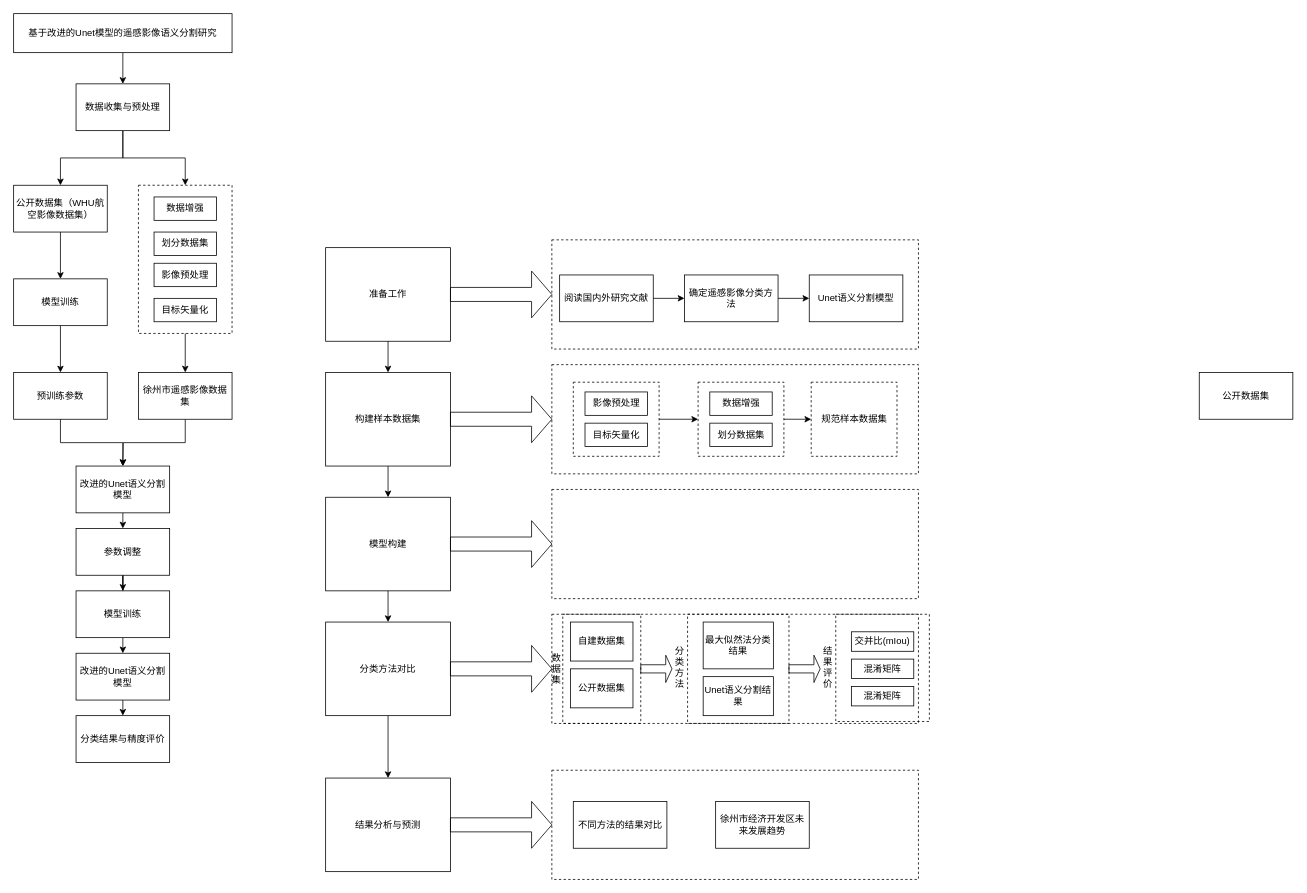
postgraduate1/Unet keeps this draw.io diagram as 流程图.drawio. Above is the earlier version. Source tidied: cells renumbered, new cells numbered last; positions are measured from the earlier drawing's top-left corner, leaving out a move shared by most shapes. Both pictures are drawn from the tidied source at 78%, with x=0, y=0 at pixel (13, 13).
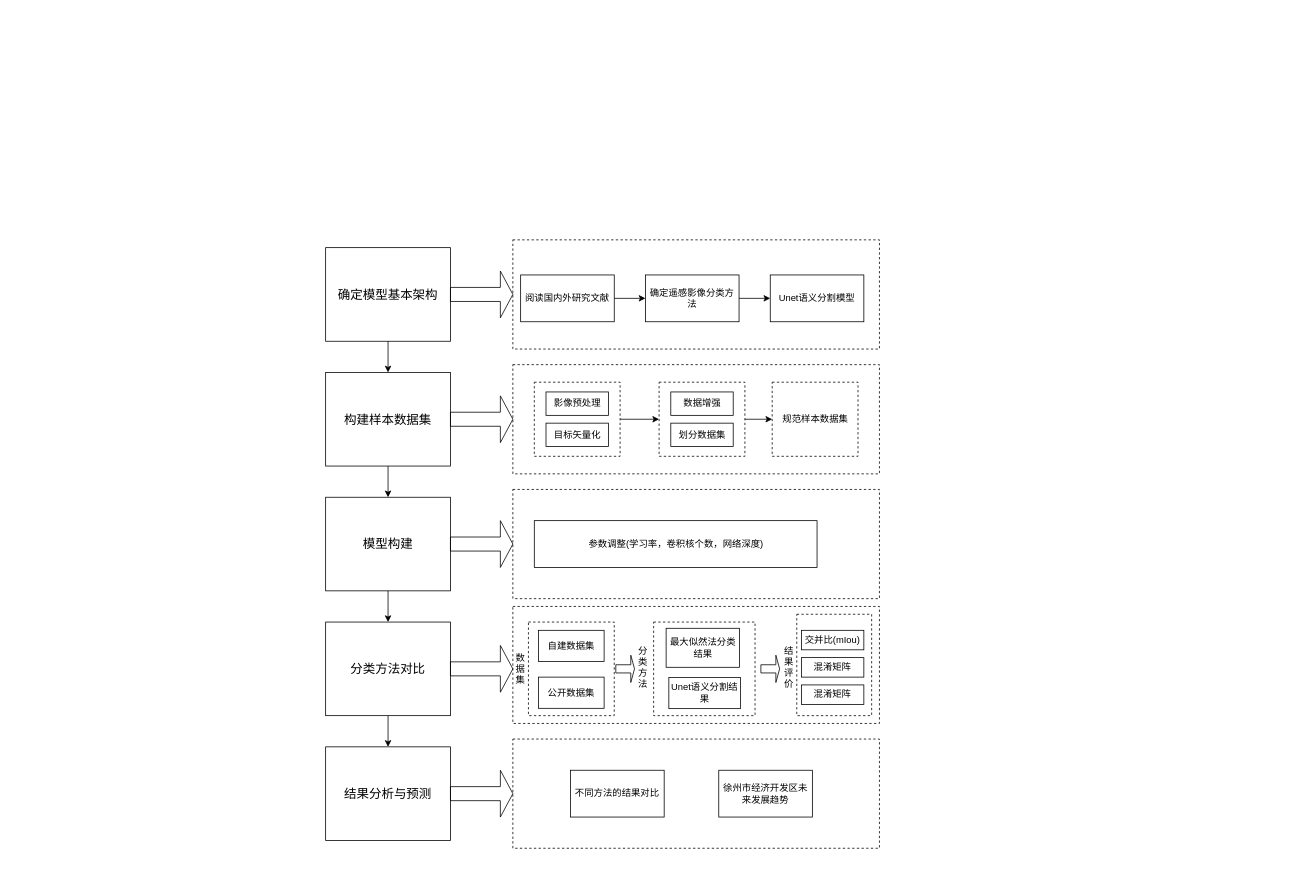
The same page after the edit.

Commit message:
更新流程图.drawio

What changed in the source:
```diff
@@
+    <mxCell id="65" style="rounded=0;whiteSpace=wrap;html=1;dashed=1;fillColor=none;" parent="1" vertex="1">
+      <mxGeometry x="640" y="760" width="470" height="150" as="geometry" />
+    </mxCell>
+    <mxCell id="81" style="rounded=0;whiteSpace=wrap;html=1;dashed=1;fillColor=none;" parent="1" vertex="1">
+      <mxGeometry x="820.5" y="780" width="130" height="120" as="geometry" />
+    </mxCell>
     <mxCell id="2" style="rounded=0;whiteSpace=wrap;html=1;dashed=1;fillColor=none;" parent="1" vertex="1">
-      <mxGeometry x="864" y="770" width="130" height="140" as="geometry" />
+      <mxGeometry x="1004" y="770" width="96" height="130" as="geometry" />
     </mxCell>
     <mxCell id="3" style="rounded=0;whiteSpace=wrap;html=1;fillColor=none;dashed=1;" parent="1" vertex="1">
-      <mxGeometry x="704" y="770" width="100" height="140" as="geometry" />
+      <mxGeometry x="660" y="780" width="110" height="120" as="geometry" />
     </mxCell>
     <mxCell id="4" style="rounded=0;whiteSpace=wrap;html=1;dashed=1;fillColor=none;" parent="1" vertex="1">
-      <mxGeometry x="690" y="290" width="470" height="140" as="geometry" />
+      <mxGeometry x="640" y="290" width="470" height="140" as="geometry" />
     </mxCell>
     <mxCell id="5" style="rounded=0;whiteSpace=wrap;html=1;dashed=1;fillColor=none;" parent="1" vertex="1">
-      <mxGeometry x="690" y="450" width="470" height="140" as="geometry" />
+      <mxGeometry x="640" y="450" width="470" height="140" as="geometry" />
     </mxCell>
     <mxCell id="6" style="rounded=0;whiteSpace=wrap;html=1;dashed=1;fillColor=none;" parent="1" vertex="1">
-      <mxGeometry x="690" y="610" width="470" height="140" as="geometry" />
+      <mxGeometry x="640" y="610" width="470" height="140" as="geometry" />
     </mxCell>
-    <mxCell id="7" style="edgeStyle=orthogonalEdgeStyle;rounded=0;jettySize=auto;html=1;exitX=0.5;exitY=1;exitDx=0;exitDy=0;entryX=0.5;entryY=0;entryDx=0;entryDy=0;" parent="1" edge="1" source="8" target="17">
-      <mxGeometry relative="1" as="geometry" />
-    </mxCell>
-    <mxCell id="8" style="whiteSpace=wrap;html=1;rounded=0;fillColor=none;dashed=1;" parent="1" vertex="1">
-      <mxGeometry x="160" y="220" width="120" height="190" as="geometry" />
-    </mxCell>
-    <mxCell id="9" style="edgeStyle=orthogonalEdgeStyle;rounded=0;jettySize=auto;html=1;exitX=0.5;exitY=1;exitDx=0;exitDy=0;entryX=0.5;entryY=0;entryDx=0;entryDy=0;" parent="1" edge="1" source="10" target="13">
-      <mxGeometry relative="1" as="geometry" />
-    </mxCell>
-    <mxCell id="10" value="基于改进的Unet模型的遥感影像语义分割研究" style="rounded=0;whiteSpace=wrap;html=1;" parent="1" vertex="1">
-      <mxGeometry width="280" height="50" as="geometry" />
-    </mxCell>
-    <mxCell id="11" style="edgeStyle=orthogonalEdgeStyle;rounded=0;jettySize=auto;html=1;exitX=0.5;exitY=1;exitDx=0;exitDy=0;entryX=0.5;entryY=0;entryDx=0;entryDy=0;" parent="1" edge="1" source="13" target="15">
-      <mxGeometry relative="1" as="geometry" />
-    </mxCell>
-    <mxCell id="12" style="edgeStyle=orthogonalEdgeStyle;rounded=0;jettySize=auto;html=1;" parent="1" edge="1" source="13" target="8">
-      <mxGeometry relative="1" as="geometry" />
-    </mxCell>
-    <mxCell id="13" value="数据收集与预处理" style="rounded=0;whiteSpace=wrap;html=1;" parent="1" vertex="1">
-      <mxGeometry x="80" y="90" width="120" height="60" as="geometry" />
-    </mxCell>
-    <mxCell id="14" style="edgeStyle=orthogonalEdgeStyle;rounded=0;jettySize=auto;html=1;exitX=0.5;exitY=1;exitDx=0;exitDy=0;" parent="1" edge="1" source="15" target="27">
-      <mxGeometry relative="1" as="geometry" />
-    </mxCell>
-    <mxCell id="15" value="公开数据集（WHU航空影像数据集）" style="rounded=0;whiteSpace=wrap;html=1;" parent="1" vertex="1">
-      <mxGeometry y="220" width="120" height="60" as="geometry" />
-    </mxCell>
-    <mxCell id="16" style="edgeStyle=orthogonalEdgeStyle;rounded=0;jettySize=auto;html=1;exitX=0.5;exitY=1;exitDx=0;exitDy=0;" parent="1" edge="1" source="17">
-      <mxGeometry relative="1" as="geometry">
-        <mxPoint x="140" y="580" as="targetPoint" />
-      </mxGeometry>
-    </mxCell>
-    <mxCell id="17" value="徐州市遥感影像数据集" style="rounded=0;whiteSpace=wrap;html=1;" parent="1" vertex="1">
-      <mxGeometry x="160" y="460" width="120" height="60" as="geometry" />
-    </mxCell>
-    <mxCell id="18" style="edgeStyle=orthogonalEdgeStyle;rounded=0;jettySize=auto;html=1;exitX=0.5;exitY=1;exitDx=0;exitDy=0;entryX=0.5;entryY=0;entryDx=0;entryDy=0;" parent="1" edge="1" source="19" target="25">
-      <mxGeometry relative="1" as="geometry" />
-    </mxCell>
-    <mxCell id="19" value="改进的Unet语义分割模型" style="rounded=0;whiteSpace=wrap;html=1;" parent="1" vertex="1">
-      <mxGeometry x="80" y="820" width="120" height="60" as="geometry" />
-    </mxCell>
-    <mxCell id="20" style="edgeStyle=orthogonalEdgeStyle;rounded=0;jettySize=auto;html=1;exitX=0.5;exitY=1;exitDx=0;exitDy=0;" parent="1" edge="1" source="21" target="23">
-      <mxGeometry relative="1" as="geometry" />
-    </mxCell>
-    <mxCell id="21" value="参数调整" style="rounded=0;whiteSpace=wrap;html=1;" parent="1" vertex="1">
-      <mxGeometry x="80" y="660" width="120" height="60" as="geometry" />
-    </mxCell>
-    <mxCell id="22" style="edgeStyle=orthogonalEdgeStyle;rounded=0;jettySize=auto;html=1;exitX=0.5;exitY=1;exitDx=0;exitDy=0;entryX=0.5;entryY=0;entryDx=0;entryDy=0;" parent="1" edge="1" source="23" target="19">
-      <mxGeometry relative="1" as="geometry" />
-    </mxCell>
-    <mxCell id="23" value="模型训练" style="rounded=0;whiteSpace=wrap;html=1;" parent="1" vertex="1">
-      <mxGeometry x="80" y="740" width="120" height="60" as="geometry" />
-    </mxCell>
-    <mxCell id="24" value="数据增强" style="rounded=0;whiteSpace=wrap;html=1;" parent="1" vertex="1">
-      <mxGeometry x="180" y="235" width="80" height="30" as="geometry" />
-    </mxCell>
-    <mxCell id="25" value="分类结果与精度评价" style="whiteSpace=wrap;html=1;rounded=0;" parent="1" vertex="1">
-      <mxGeometry x="80" y="900" width="120" height="60" as="geometry" />
-    </mxCell>
-    <mxCell id="26" style="edgeStyle=orthogonalEdgeStyle;rounded=0;jettySize=auto;html=1;" parent="1" edge="1" source="27" target="30">
-      <mxGeometry relative="1" as="geometry" />
-    </mxCell>
-    <mxCell id="27" value="模型训练" style="rounded=0;whiteSpace=wrap;html=1;fillColor=none;" parent="1" vertex="1">
-      <mxGeometry y="340" width="120" height="60" as="geometry" />
-    </mxCell>
-    <mxCell id="28" value="&lt;div&gt;目标矢量化&lt;/div&gt;" style="whiteSpace=wrap;html=1;rounded=0;" parent="1" vertex="1">
-      <mxGeometry x="180" y="365" width="80" height="30" as="geometry" />
-    </mxCell>
-    <mxCell id="29" style="edgeStyle=orthogonalEdgeStyle;rounded=0;jettySize=auto;html=1;exitX=0.5;exitY=1;exitDx=0;exitDy=0;entryX=0.5;entryY=0;entryDx=0;entryDy=0;" parent="1" edge="1" source="30" target="34">
-      <mxGeometry relative="1" as="geometry" />
-    </mxCell>
-    <mxCell id="30" value="预训练参数" style="whiteSpace=wrap;html=1;fillColor=none;rounded=0;" parent="1" vertex="1">
-      <mxGeometry y="460" width="120" height="60" as="geometry" />
-    </mxCell>
-    <mxCell id="31" value="&lt;br&gt;&lt;div&gt;划分数据集&lt;br&gt;&lt;br&gt;&lt;/div&gt;" style="whiteSpace=wrap;html=1;rounded=0;" parent="1" vertex="1">
-      <mxGeometry x="180" y="280" width="80" height="30" as="geometry" />
-    </mxCell>
-    <mxCell id="32" value="影像预处理" style="whiteSpace=wrap;html=1;rounded=0;" parent="1" vertex="1">
-      <mxGeometry x="180" y="320" width="80" height="30" as="geometry" />
-    </mxCell>
-    <mxCell id="33" style="edgeStyle=orthogonalEdgeStyle;rounded=0;jettySize=auto;html=1;exitX=0.5;exitY=1;exitDx=0;exitDy=0;entryX=0.5;entryY=0;entryDx=0;entryDy=0;" parent="1" edge="1" source="34" target="21">
-      <mxGeometry relative="1" as="geometry" />
-    </mxCell>
-    <mxCell id="34" value="改进的Unet语义分割模型" style="rounded=0;whiteSpace=wrap;html=1;" parent="1" vertex="1">
-      <mxGeometry x="80" y="580" width="120" height="60" as="geometry" />
-    </mxCell>
@@
-    <mxCell id="36" value="准备工作" style="rounded=0;whiteSpace=wrap;html=1;fillColor=none;" parent="1" vertex="1">
+    <mxCell id="36" value="&lt;font style=&quot;font-size: 16px;&quot;&gt;确定模型基本架构&lt;/font&gt;" style="rounded=0;whiteSpace=wrap;html=1;fillColor=none;" parent="1" vertex="1">
       <mxGeometry x="400" y="300" width="160" height="120" as="geometry" />
     </mxCell>
@@
-    <mxCell id="38" value="构建样本数据集" style="rounded=0;whiteSpace=wrap;html=1;fillColor=none;" parent="1" vertex="1">
+    <mxCell id="38" value="&lt;font style=&quot;font-size: 16px;&quot;&gt;构建样本数据集&lt;/font&gt;" style="rounded=0;whiteSpace=wrap;html=1;fillColor=none;" parent="1" vertex="1">
       <mxGeometry x="400" y="460" width="160" height="120" as="geometry" />
     </mxCell>
@@
-    <mxCell id="40" value="模型构建" style="rounded=0;whiteSpace=wrap;html=1;fillColor=none;" parent="1" vertex="1">
+    <mxCell id="40" value="&lt;font style=&quot;font-size: 16px;&quot;&gt;模型构建&lt;/font&gt;" style="rounded=0;whiteSpace=wrap;html=1;fillColor=none;" parent="1" vertex="1">
       <mxGeometry x="400" y="620" width="160" height="120" as="geometry" />
     </mxCell>
     <mxCell id="41" style="shape=singleArrow;whiteSpace=wrap;html=1;fillColor=none;" parent="1" vertex="1">
-      <mxGeometry x="560" y="330" width="130" height="60" as="geometry" />
+      <mxGeometry x="560" y="330" width="80" height="60" as="geometry" />
     </mxCell>
     <mxCell id="42" style="shape=singleArrow;whiteSpace=wrap;html=1;fillColor=none;" parent="1" vertex="1">
-      <mxGeometry x="560" y="490" width="130" height="60" as="geometry" />
+      <mxGeometry x="560" y="490" width="80" height="60" as="geometry" />
     </mxCell>
     <mxCell id="43" style="shape=singleArrow;whiteSpace=wrap;html=1;fillColor=none;" parent="1" vertex="1">
-      <mxGeometry x="560" y="650" width="130" height="60" as="geometry" />
+      <mxGeometry x="560" y="650" width="80" height="60" as="geometry" />
     </mxCell>
@@
-    <mxCell id="45" value="分类方法对比" style="whiteSpace=wrap;html=1;fillColor=none;rounded=0;" parent="1" vertex="1">
+    <mxCell id="45" value="&lt;font style=&quot;font-size: 16px;&quot;&gt;分类方法对比&lt;/font&gt;" style="whiteSpace=wrap;html=1;fillColor=none;rounded=0;" parent="1" vertex="1">
       <mxGeometry x="400" y="780" width="160" height="120" as="geometry" />
     </mxCell>
@@
     <mxCell id="47" value="阅读国内外研究文献" style="rounded=0;whiteSpace=wrap;html=1;fillColor=none;" parent="1" vertex="1">
-      <mxGeometry x="700" y="335" width="120" height="60" as="geometry" />
+      <mxGeometry x="650" y="335" width="120" height="60" as="geometry" />
     </mxCell>
@@
     <mxCell id="49" value="确定遥感影像分类方法" style="whiteSpace=wrap;html=1;fillColor=none;rounded=0;" parent="1" vertex="1">
-      <mxGeometry x="860" y="335" width="120" height="60" as="geometry" />
+      <mxGeometry x="810" y="335" width="120" height="60" as="geometry" />
     </mxCell>
     <mxCell id="50" value="Unet语义分割模型" style="whiteSpace=wrap;html=1;fillColor=none;rounded=0;" parent="1" vertex="1">
-      <mxGeometry x="1020" y="335" width="120" height="60" as="geometry" />
+      <mxGeometry x="970" y="335" width="120" height="60" as="geometry" />
     </mxCell>
     <mxCell id="51" value="数据增强" style="rounded=0;whiteSpace=wrap;html=1;" parent="1" vertex="1">
-      <mxGeometry x="892.5" y="485" width="80" height="30" as="geometry" />
+      <mxGeometry x="842.5" y="485" width="80" height="30" as="geometry" />
     </mxCell>
     <mxCell id="52" value="&lt;br&gt;&lt;div&gt;划分数据集&lt;br&gt;&lt;br&gt;&lt;/div&gt;" style="whiteSpace=wrap;html=1;rounded=0;" parent="1" vertex="1">
-      <mxGeometry x="892.5" y="525" width="80" height="30" as="geometry" />
+      <mxGeometry x="842.5" y="525" width="80" height="30" as="geometry" />
     </mxCell>
     <mxCell id="53" value="影像预处理" style="whiteSpace=wrap;html=1;rounded=0;" parent="1" vertex="1">
-      <mxGeometry x="732.5" y="485" width="80" height="30" as="geometry" />
+      <mxGeometry x="682.5" y="485" width="80" height="30" as="geometry" />
     </mxCell>
     <mxCell id="54" value="&lt;div&gt;目标矢量化&lt;/div&gt;" style="whiteSpace=wrap;html=1;rounded=0;" parent="1" vertex="1">
-      <mxGeometry x="732.5" y="525" width="80" height="30" as="geometry" />
+      <mxGeometry x="682.5" y="525" width="80" height="30" as="geometry" />
     </mxCell>
@@
     <mxCell id="56" style="rounded=0;whiteSpace=wrap;html=1;fillColor=none;dashed=1;" parent="1" vertex="1">
-      <mxGeometry x="877.5" y="472.5" width="110" height="95" as="geometry" />
+      <mxGeometry x="827.5" y="472.5" width="110" height="95" as="geometry" />
     </mxCell>
     <mxCell id="57" value="规范样本数据集" style="rounded=0;whiteSpace=wrap;html=1;fillColor=none;dashed=1;" parent="1" vertex="1">
-      <mxGeometry x="1022.5" y="472.5" width="110" height="95" as="geometry" />
+      <mxGeometry x="972.5" y="472.5" width="110" height="95" as="geometry" />
     </mxCell>
     <mxCell id="58" value="最大似然法分类结果" style="rounded=0;whiteSpace=wrap;html=1;fillColor=none;" parent="1" vertex="1">
-      <mxGeometry x="884" y="780" width="90" height="60" as="geometry" />
+      <mxGeometry x="836.5" y="788" width="94" height="50" as="geometry" />
     </mxCell>
@@
     <mxCell id="60" style="rounded=0;whiteSpace=wrap;html=1;fillColor=none;dashed=1;" parent="1" vertex="1">
-      <mxGeometry x="717.5" y="472.5" width="110" height="95" as="geometry" />
+      <mxGeometry x="667.5" y="472.5" width="110" height="95" as="geometry" />
     </mxCell>
     <mxCell id="61" value="自建数据集" style="rounded=0;whiteSpace=wrap;html=1;fillColor=none;" parent="1" vertex="1">
-      <mxGeometry x="714" y="780" width="80" height="50" as="geometry" />
+      <mxGeometry x="673" y="790.6" width="84" height="40" as="geometry" />
     </mxCell>
-    <mxCell id="62" value="公开数据集" style="rounded=0;whiteSpace=wrap;html=1;fillColor=none;" parent="1" vertex="1">
-      <mxGeometry x="1520" y="460" width="120" height="60" as="geometry" />
-    </mxCell>
     <mxCell id="63" value="Unet语义分割结果" style="rounded=0;whiteSpace=wrap;html=1;fillColor=none;" parent="1" vertex="1">
-      <mxGeometry x="884" y="850" width="90" height="50" as="geometry" />
+      <mxGeometry x="840" y="851" width="92" height="40" as="geometry" />
     </mxCell>
     <mxCell id="64" style="shape=singleArrow;whiteSpace=wrap;html=1;fillColor=none;" parent="1" vertex="1">
-      <mxGeometry x="560" y="810" width="130" height="60" as="geometry" />
+      <mxGeometry x="560" y="810" width="80" height="60" as="geometry" />
     </mxCell>
-    <mxCell id="65" style="rounded=0;whiteSpace=wrap;html=1;dashed=1;fillColor=none;" parent="1" vertex="1">
-      <mxGeometry x="690" y="770" width="470" height="140" as="geometry" />
-    </mxCell>
     <mxCell id="66" value="数据集" style="text;html=1;strokeColor=none;fillColor=none;align=center;verticalAlign=middle;whiteSpace=wrap;rounded=0;dashed=1;" parent="1" vertex="1">
-      <mxGeometry x="691" y="800" width="10" height="80" as="geometry" />
+      <mxGeometry x="645" y="800" width="10" height="80" as="geometry" />
     </mxCell>
     <mxCell id="67" value="分类方法" style="text;html=1;strokeColor=none;fillColor=none;align=center;verticalAlign=middle;whiteSpace=wrap;rounded=0;dashed=1;" parent="1" vertex="1">
-      <mxGeometry x="844" y="785" width="20" height="105" as="geometry" />
+      <mxGeometry x="797" y="785" width="20" height="105" as="geometry" />
     </mxCell>
     <mxCell id="68" value="公开数据集" style="rounded=0;whiteSpace=wrap;html=1;fillColor=none;" parent="1" vertex="1">
-      <mxGeometry x="714" y="840" width="80" height="50" as="geometry" />
+      <mxGeometry x="673" y="850.6" width="84" height="40" as="geometry" />
     </mxCell>
     <mxCell id="69" value="结果评价" style="text;html=1;strokeColor=none;fillColor=none;align=center;verticalAlign=middle;whiteSpace=wrap;rounded=0;dashed=1;" parent="1" vertex="1">
-      <mxGeometry x="1034" y="796.2" width="20" height="83.8" as="geometry" />
+      <mxGeometry x="984" y="796.2" width="20" height="83.8" as="geometry" />
     </mxCell>
     <mxCell id="70" style="shape=singleArrow;whiteSpace=wrap;html=1;fillColor=none;" parent="1" vertex="1">
-      <mxGeometry x="804" y="822.5" width="40" height="35" as="geometry" />
+      <mxGeometry x="772" y="822.5" width="24" height="35" as="geometry" />
     </mxCell>
     <mxCell id="71" style="shape=singleArrow;whiteSpace=wrap;html=1;fillColor=none;" parent="1" vertex="1">
-      <mxGeometry x="994" y="822.5" width="40" height="35" as="geometry" />
+      <mxGeometry x="958" y="822.5" width="24" height="35" as="geometry" />
     </mxCell>
-    <mxCell id="72" style="rounded=0;whiteSpace=wrap;html=1;dashed=1;fillColor=none;" parent="1" vertex="1">
-      <mxGeometry x="1054" y="770" width="120" height="137.5" as="geometry" />
-    </mxCell>
     <mxCell id="73" value="交并比(mIou)" style="rounded=0;whiteSpace=wrap;html=1;fillColor=none;" parent="1" vertex="1">
-      <mxGeometry x="1074" y="792.5" width="80" height="25" as="geometry" />
+      <mxGeometry x="1010" y="790.6" width="80" height="25" as="geometry" />
     </mxCell>
     <mxCell id="74" value="混淆矩阵" style="rounded=0;whiteSpace=wrap;html=1;fillColor=none;" parent="1" vertex="1">
-      <mxGeometry x="1074" y="827.5" width="80" height="25" as="geometry" />
+      <mxGeometry x="1010" y="825.6" width="80" height="25" as="geometry" />
     </mxCell>
     <mxCell id="75" value="混淆矩阵" style="rounded=0;whiteSpace=wrap;html=1;fillColor=none;" parent="1" vertex="1">
-      <mxGeometry x="1074" y="862.5" width="80" height="25" as="geometry" />
+      <mxGeometry x="1010" y="860.6" width="80" height="25" as="geometry" />
     </mxCell>
-    <mxCell id="76" value="结果分析与预测" style="whiteSpace=wrap;html=1;fillColor=none;rounded=0;" parent="1" vertex="1">
-      <mxGeometry x="400" y="980" width="160" height="120" as="geometry" />
+    <mxCell id="76" value="&lt;font style=&quot;font-size: 16px;&quot;&gt;结果分析与预测&lt;/font&gt;" style="whiteSpace=wrap;html=1;fillColor=none;rounded=0;" parent="1" vertex="1">
+      <mxGeometry x="400" y="940" width="160" height="120" as="geometry" />
     </mxCell>
     <mxCell id="77" style="shape=singleArrow;whiteSpace=wrap;html=1;fillColor=none;" parent="1" vertex="1">
-      <mxGeometry x="560" y="1010" width="130" height="60" as="geometry" />
+      <mxGeometry x="560" y="970" width="80" height="60" as="geometry" />
     </mxCell>
     <mxCell id="78" style="rounded=0;whiteSpace=wrap;html=1;dashed=1;fillColor=none;" parent="1" vertex="1">
-      <mxGeometry x="690" y="970" width="470" height="140" as="geometry" />
+      <mxGeometry x="640" y="930" width="470" height="140" as="geometry" />
     </mxCell>
     <mxCell id="79" value="不同方法的结果对比" style="rounded=0;whiteSpace=wrap;html=1;fillColor=none;" parent="1" vertex="1">
-      <mxGeometry x="717.5" y="1010" width="120" height="60" as="geometry" />
+      <mxGeometry x="714" y="970" width="120" height="60" as="geometry" />
     </mxCell>
     <mxCell id="80" value="徐州市经济开发区未来发展趋势" style="rounded=0;whiteSpace=wrap;html=1;fillColor=none;" parent="1" vertex="1">
-      <mxGeometry x="900" y="1010" width="120" height="60" as="geometry" />
+      <mxGeometry x="904" y="970" width="120" height="60" as="geometry" />
     </mxCell>
+    <mxCell id="82" value="参数调整(学习率，卷积核个数，网络深度)" style="rounded=0;whiteSpace=wrap;html=1;fillColor=none;" parent="1" vertex="1">
+      <mxGeometry x="667.5" y="650" width="362.5" height="60" as="geometry" />
+    </mxCell>
```
